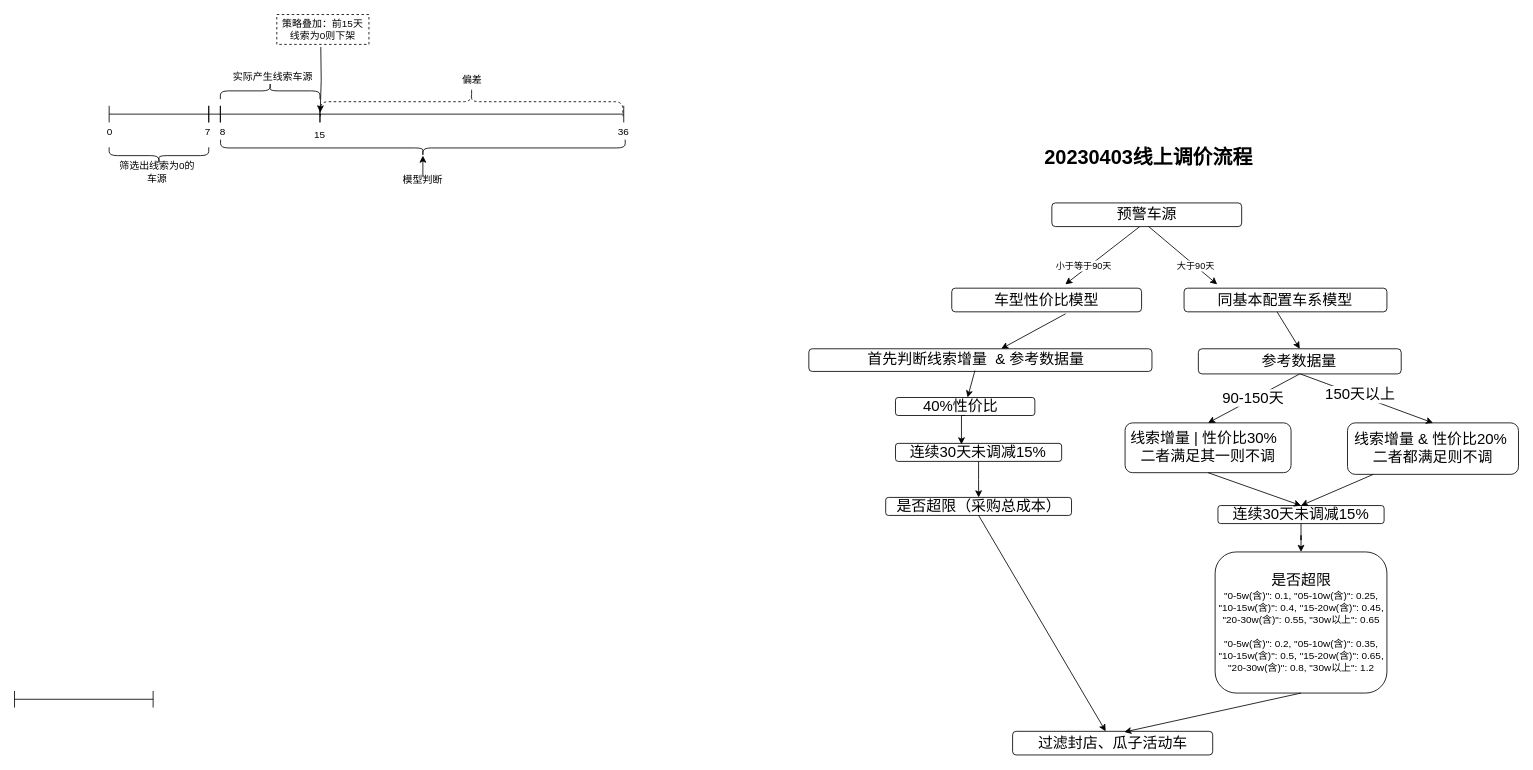
Earlier version of the draw.io diagram c2c智能推广.drawio (mrlonely001/gittest). Source tidied: cells renumbered, new cells numbered last; positions are measured from the earlier drawing's top-left corner, leaving out a move shared by most shapes. Both pictures are drawn from the tidied source at 83%, with x=0, y=0 at pixel (14, -55).
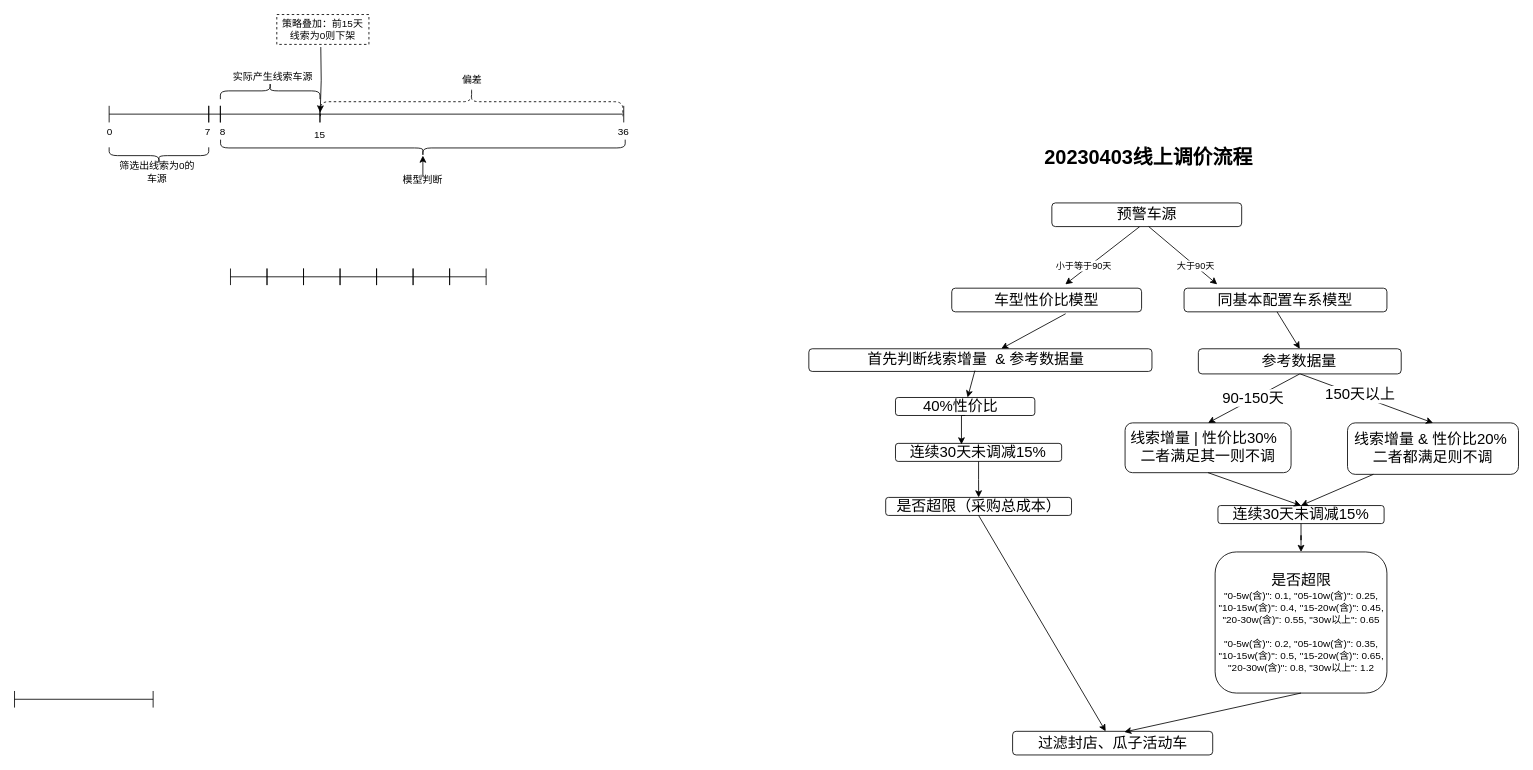
After the change.

Commit message:
window 7 feature

What changed in the source:
```diff
@@
+    <mxCell id="56" style="group;" parent="1" vertex="1">
+      <mxGeometry x="260.2" y="389" width="308" height="20" as="geometry" />
+    </mxCell>
+    <mxCell id="57" style="shape=crossbar;whiteSpace=wrap;html=1;rounded=1;" parent="56" vertex="1">
+      <mxGeometry x="44" width="44" height="20" as="geometry" />
+    </mxCell>
+    <mxCell id="58" style="shape=crossbar;whiteSpace=wrap;html=1;rounded=1;" parent="56" vertex="1">
+      <mxGeometry x="88" width="44" height="20" as="geometry" />
+    </mxCell>
+    <mxCell id="59" style="shape=crossbar;whiteSpace=wrap;html=1;rounded=1;" parent="56" vertex="1">
+      <mxGeometry x="132" width="44" height="20" as="geometry" />
+    </mxCell>
+    <mxCell id="60" style="shape=crossbar;whiteSpace=wrap;html=1;rounded=1;" parent="56" vertex="1">
+      <mxGeometry x="176" width="44" height="20" as="geometry" />
+    </mxCell>
+    <mxCell id="61" style="shape=crossbar;whiteSpace=wrap;html=1;rounded=1;" parent="56" vertex="1">
+      <mxGeometry width="44" height="20" as="geometry" />
+    </mxCell>
+    <mxCell id="62" style="shape=crossbar;whiteSpace=wrap;html=1;rounded=1;" parent="56" vertex="1">
+      <mxGeometry x="220" width="44" height="20" as="geometry" />
+    </mxCell>
+    <mxCell id="63" style="shape=crossbar;whiteSpace=wrap;html=1;rounded=1;" parent="56" vertex="1">
+      <mxGeometry x="264" width="44" height="20" as="geometry" />
+    </mxCell>
```
